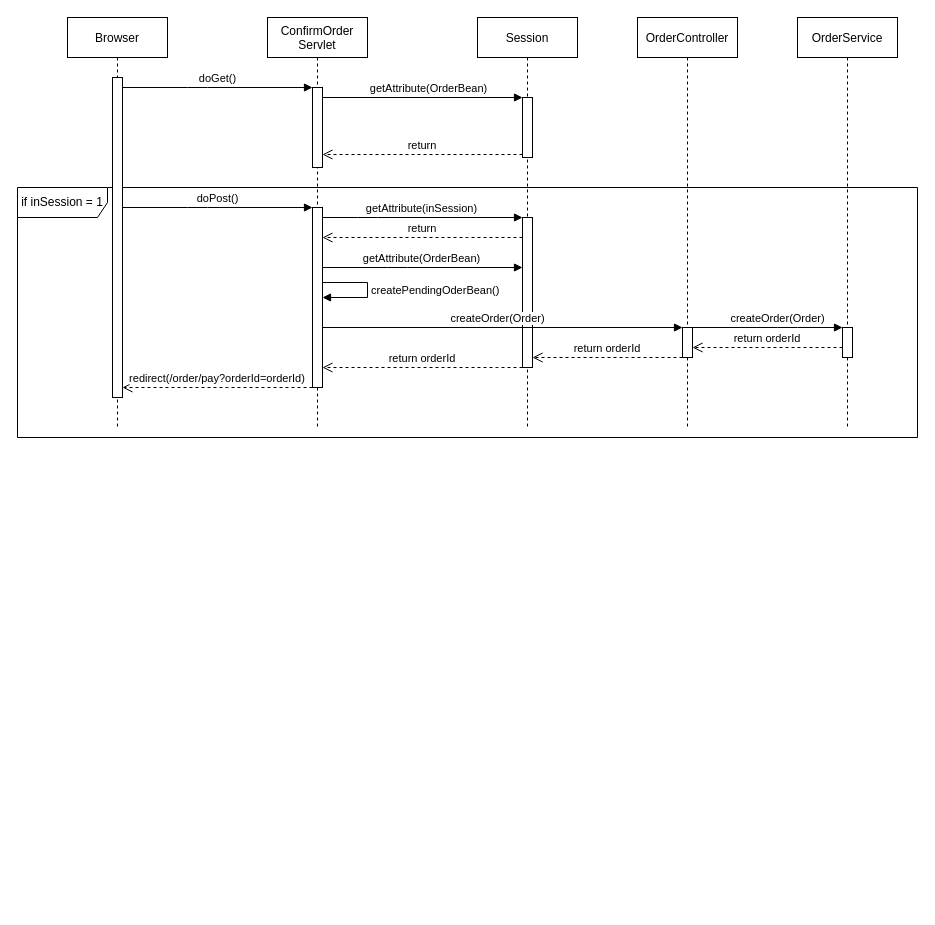
Before: page "ConfirmOrder" (3 of 4) of Diagrams/sequence_diagrams.drawio in matteovisotto/DB2-SirianiVisotto, a draw.io diagram. Source tidied: cells renumbered, new cells numbered last; positions are measured from the earlier drawing's top-left corner, leaving out a move shared by most shapes. Both pictures are drawn from the tidied source at 100%, with x=0, y=0 at pixel (17, 17).
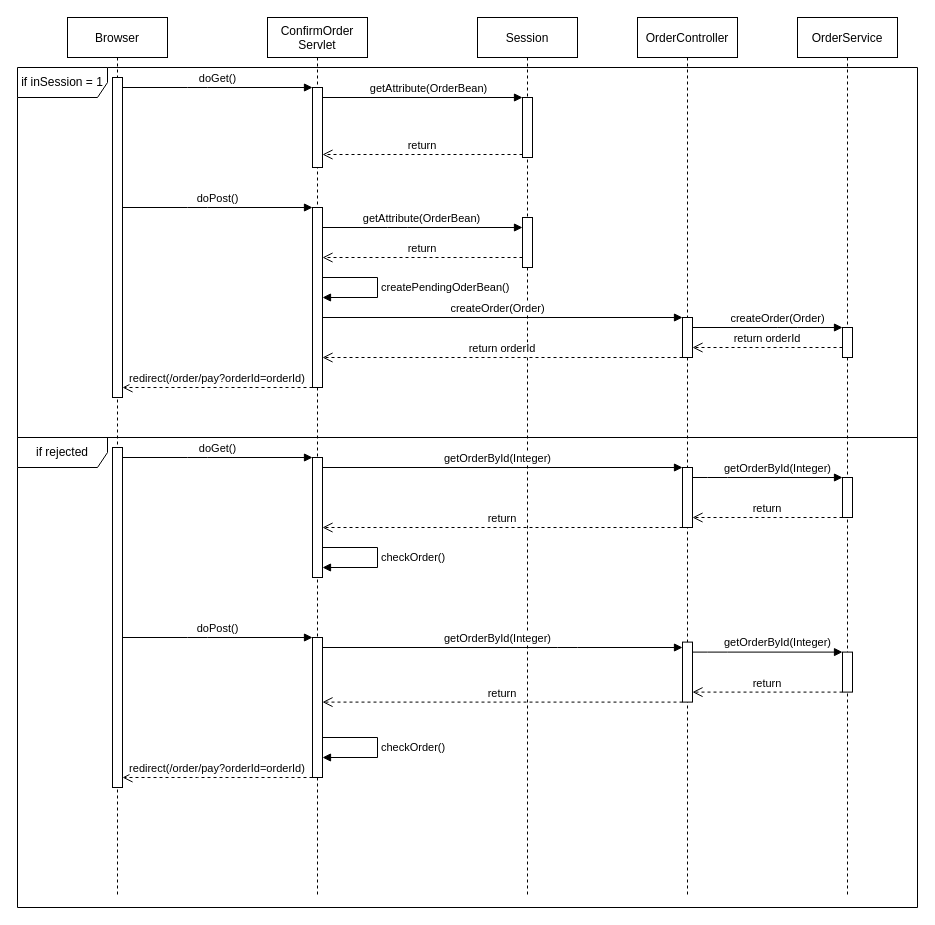
The same diagram, later.

Unchanged cells that the change refers to:
```xml
<mxCell id="5" style="points=[];perimeter=orthogonalPerimeter;rounded=0;shadow=0;strokeWidth=1;" parent="3" vertex="1">
  <mxGeometry x="45" y="190" width="10" height="180" as="geometry" />
</mxCell>
```

Change to the diagram source:
```diff
@@
+    <mxCell id="12" value="OrderService" style="shape=umlLifeline;perimeter=lifelinePerimeter;rounded=0;shadow=0;strokeWidth=1;" parent="1" vertex="1">
+      <mxGeometry x="780" width="100" height="880" as="geometry" />
+    </mxCell>
+    <mxCell id="13" style="points=[];perimeter=orthogonalPerimeter;rounded=0;shadow=0;strokeWidth=1;" parent="12" vertex="1">
+      <mxGeometry x="45" y="310" width="10" height="30" as="geometry" />
+    </mxCell>
+    <mxCell id="36" value="if rejected" style="shape=umlFrame;whiteSpace=wrap;html=1;width=90;height=30;" parent="1" vertex="1">
+      <mxGeometry y="420" width="900" height="470" as="geometry" />
+    </mxCell>
     <mxCell id="2" value="if inSession = 1" style="shape=umlFrame;whiteSpace=wrap;html=1;width=90;height=30;" parent="1" vertex="1">
-      <mxGeometry y="170" width="900" height="250" as="geometry" />
+      <mxGeometry y="50" width="900" height="370" as="geometry" />
     </mxCell>
     <mxCell id="3" value="ConfirmOrder&#10;Servlet" style="shape=umlLifeline;perimeter=lifelinePerimeter;rounded=0;shadow=0;strokeWidth=1;" parent="1" vertex="1">
-      <mxGeometry x="250" width="100" height="410" as="geometry" />
+      <mxGeometry x="250" width="100" height="880" as="geometry" />
     </mxCell>
@@
     <mxCell id="6" value="createPendingOderBean()" style="edgeStyle=orthogonalEdgeStyle;html=1;align=left;spacingLeft=2;endArrow=block;rounded=0;" parent="3" edge="1" source="5" target="5">
       <mxGeometry relative="1" as="geometry">
         <Array as="points">
-          <mxPoint x="100" y="265" />
-          <mxPoint x="100" y="280" />
+          <mxPoint x="110" y="260" />
+          <mxPoint x="110" y="280" />
         </Array>
       </mxGeometry>
     </mxCell>
     <mxCell id="7" value="OrderController" style="shape=umlLifeline;perimeter=lifelinePerimeter;rounded=0;shadow=0;strokeWidth=1;" parent="1" vertex="1">
-      <mxGeometry x="620" width="100" height="410" as="geometry" />
+      <mxGeometry x="620" width="100" height="880" as="geometry" />
     </mxCell>
     <mxCell id="8" style="points=[];perimeter=orthogonalPerimeter;rounded=0;shadow=0;strokeWidth=1;" parent="7" vertex="1">
-      <mxGeometry x="45" y="310" width="10" height="30" as="geometry" />
+      <mxGeometry x="45" y="300" width="10" height="40" as="geometry" />
     </mxCell>
+    <mxCell id="37" style="points=[];perimeter=orthogonalPerimeter;rounded=0;shadow=0;strokeWidth=1;" parent="7" vertex="1">
+      <mxGeometry x="45" y="624.6" width="10" height="60" as="geometry" />
+    </mxCell>
+    <mxCell id="38" style="points=[];perimeter=orthogonalPerimeter;rounded=0;shadow=0;strokeWidth=1;" parent="7" vertex="1">
+      <mxGeometry x="205" y="634.6" width="10" height="40" as="geometry" />
+    </mxCell>
+    <mxCell id="39" value="return" style="verticalAlign=bottom;endArrow=open;dashed=1;endSize=8;shadow=0;strokeWidth=1;" parent="7" edge="1" source="38" target="37">
+      <mxGeometry relative="1" as="geometry">
+        <Array as="points">
+          <mxPoint x="120" y="674.6" />
+        </Array>
+      </mxGeometry>
+    </mxCell>
+    <mxCell id="40" style="verticalAlign=bottom;endArrow=block;shadow=0;strokeWidth=1;" parent="7" edge="1" source="37" target="38">
+      <mxGeometry relative="1" as="geometry">
+        <Array as="points">
+          <mxPoint x="80" y="634.6" />
+        </Array>
+      </mxGeometry>
+    </mxCell>
+    <mxCell id="41" value="getOrderById(Integer)" style="edgeLabel;html=1;align=center;verticalAlign=middle;" parent="40" vertex="1">
+      <mxGeometry x="-0.14" y="3" relative="1" as="geometry">
+        <mxPoint x="19" y="-7" as="offset" />
+      </mxGeometry>
+    </mxCell>
@@
-    <mxCell id="12" value="OrderService" style="shape=umlLifeline;perimeter=lifelinePerimeter;rounded=0;shadow=0;strokeWidth=1;" parent="1" vertex="1">
-      <mxGeometry x="780" width="100" height="410" as="geometry" />
-    </mxCell>
-    <mxCell id="13" style="points=[];perimeter=orthogonalPerimeter;rounded=0;shadow=0;strokeWidth=1;" parent="12" vertex="1">
-      <mxGeometry x="45" y="310" width="10" height="30" as="geometry" />
-    </mxCell>
     <mxCell id="14" value="Browser" style="shape=umlLifeline;perimeter=lifelinePerimeter;rounded=0;shadow=0;strokeWidth=1;" parent="1" vertex="1">
-      <mxGeometry x="50" width="100" height="410" as="geometry" />
+      <mxGeometry x="50" width="100" height="880" as="geometry" />
     </mxCell>
@@
     <mxCell id="20" value="Session" style="shape=umlLifeline;perimeter=lifelinePerimeter;rounded=0;shadow=0;strokeWidth=1;" parent="1" vertex="1">
-      <mxGeometry x="460" width="100" height="410" as="geometry" />
+      <mxGeometry x="460" width="100" height="880" as="geometry" />
     </mxCell>
     <mxCell id="21" style="points=[];perimeter=orthogonalPerimeter;rounded=0;shadow=0;strokeWidth=1;" parent="20" vertex="1">
-      <mxGeometry x="45" y="200" width="10" height="150" as="geometry" />
+      <mxGeometry x="45" y="200" width="10" height="50" as="geometry" />
     </mxCell>
@@
-    <mxCell id="23" style="verticalAlign=bottom;endArrow=block;shadow=0;strokeWidth=1;" parent="1" edge="1" source="5" target="21">
-      <mxGeometry relative="1" as="geometry">
-        <Array as="points">
-          <mxPoint x="350" y="200" />
-        </Array>
-      </mxGeometry>
-    </mxCell>
-    <mxCell id="24" value="getAttribute(inSession)" style="edgeLabel;html=1;align=center;verticalAlign=middle;" parent="23" vertex="1">
-      <mxGeometry x="-0.14" y="3" relative="1" as="geometry">
-        <mxPoint x="12" y="-7" as="offset" />
-      </mxGeometry>
-    </mxCell>
-    <mxCell id="25" value="return" style="verticalAlign=bottom;endArrow=open;dashed=1;endSize=8;shadow=0;strokeWidth=1;" parent="1" edge="1" source="21" target="5">
-      <mxGeometry relative="1" as="geometry">
-        <Array as="points">
-          <mxPoint x="440" y="220" />
-        </Array>
-      </mxGeometry>
-    </mxCell>
@@
-    <mxCell id="27" style="verticalAlign=bottom;endArrow=block;shadow=0;strokeWidth=1;" parent="1" edge="1" source="5" target="21">
+    <mxCell id="27" style="verticalAlign=bottom;endArrow=block;shadow=0;strokeWidth=1;" parent="1" edge="1">
       <mxGeometry relative="1" as="geometry">
+        <mxPoint x="305" y="210" as="sourcePoint" />
+        <mxPoint x="505" y="210" as="targetPoint" />
         <Array as="points">
-          <mxPoint x="380" y="250" />
+          <mxPoint x="380" y="210" />
         </Array>
       </mxGeometry>
     </mxCell>
@@
-    <mxCell id="29" value="return orderId" style="verticalAlign=bottom;endArrow=open;dashed=1;endSize=8;shadow=0;strokeWidth=1;" parent="1" edge="1" source="21" target="5">
-      <mxGeometry relative="1" as="geometry">
-        <Array as="points">
-          <mxPoint x="470" y="350" />
-        </Array>
-      </mxGeometry>
-    </mxCell>
@@
-    <mxCell id="32" value="return orderId" style="verticalAlign=bottom;endArrow=open;dashed=1;endSize=8;shadow=0;strokeWidth=1;" parent="1" edge="1" source="8" target="21">
+    <mxCell id="32" value="return orderId" style="verticalAlign=bottom;endArrow=open;dashed=1;endSize=8;shadow=0;strokeWidth=1;" parent="1" edge="1" source="8" target="5">
       <mxGeometry relative="1" as="geometry">
         <Array as="points">
           <mxPoint x="600" y="340" />
         </Array>
       </mxGeometry>
     </mxCell>
@@
+    <mxCell id="42" value="return" style="verticalAlign=bottom;endArrow=open;dashed=1;endSize=8;shadow=0;strokeWidth=1;" parent="1" edge="1" source="21" target="5">
+      <mxGeometry relative="1" as="geometry">
+        <Array as="points">
+          <mxPoint x="440" y="240" />
+        </Array>
+      </mxGeometry>
+    </mxCell>
+    <mxCell id="43" style="points=[];perimeter=orthogonalPerimeter;rounded=0;shadow=0;strokeWidth=1;" parent="1" vertex="1">
+      <mxGeometry x="95" y="430" width="10" height="340" as="geometry" />
+    </mxCell>
+    <mxCell id="44" style="points=[];perimeter=orthogonalPerimeter;rounded=0;shadow=0;strokeWidth=1;" parent="1" vertex="1">
+      <mxGeometry x="295" y="440" width="10" height="120" as="geometry" />
+    </mxCell>
+    <mxCell id="45" value="return" style="verticalAlign=bottom;endArrow=open;dashed=1;endSize=8;shadow=0;strokeWidth=1;" parent="1" edge="1" source="50" target="44">
+      <mxGeometry relative="1" as="geometry">
+        <Array as="points">
+          <mxPoint x="430" y="510" />
+        </Array>
+      </mxGeometry>
+    </mxCell>
+    <mxCell id="46" style="verticalAlign=bottom;endArrow=block;shadow=0;strokeWidth=1;" parent="1" edge="1" target="44">
+      <mxGeometry relative="1" as="geometry">
+        <mxPoint x="105" y="440" as="sourcePoint" />
+        <Array as="points">
+          <mxPoint x="180" y="440" />
+        </Array>
+      </mxGeometry>
+    </mxCell>
+    <mxCell id="47" value="doGet()" style="edgeLabel;html=1;align=center;verticalAlign=middle;" parent="46" vertex="1">
+      <mxGeometry x="-0.14" y="3" relative="1" as="geometry">
+        <mxPoint x="12" y="-7" as="offset" />
+      </mxGeometry>
+    </mxCell>
+    <mxCell id="48" style="verticalAlign=bottom;endArrow=block;shadow=0;strokeWidth=1;" parent="1" edge="1" target="50">
+      <mxGeometry relative="1" as="geometry">
+        <mxPoint x="305" y="450" as="sourcePoint" />
+      </mxGeometry>
+    </mxCell>
+    <mxCell id="49" value="getOrderById(Integer)" style="edgeLabel;html=1;align=center;verticalAlign=middle;" parent="48" vertex="1">
+      <mxGeometry x="-0.14" y="3" relative="1" as="geometry">
+        <mxPoint x="19" y="-7" as="offset" />
+      </mxGeometry>
+    </mxCell>
+    <mxCell id="50" style="points=[];perimeter=orthogonalPerimeter;rounded=0;shadow=0;strokeWidth=1;" parent="1" vertex="1">
+      <mxGeometry x="665" y="450" width="10" height="60" as="geometry" />
+    </mxCell>
+    <mxCell id="51" style="points=[];perimeter=orthogonalPerimeter;rounded=0;shadow=0;strokeWidth=1;" parent="1" vertex="1">
+      <mxGeometry x="825" y="460" width="10" height="40" as="geometry" />
+    </mxCell>
+    <mxCell id="52" value="return" style="verticalAlign=bottom;endArrow=open;dashed=1;endSize=8;shadow=0;strokeWidth=1;" parent="1" edge="1" source="51" target="50">
+      <mxGeometry relative="1" as="geometry">
+        <Array as="points">
+          <mxPoint x="740" y="500" />
+        </Array>
+      </mxGeometry>
+    </mxCell>
+    <mxCell id="53" style="verticalAlign=bottom;endArrow=block;shadow=0;strokeWidth=1;" parent="1" edge="1" source="50" target="51">
+      <mxGeometry relative="1" as="geometry">
+        <Array as="points">
+          <mxPoint x="700" y="460" />
+        </Array>
+      </mxGeometry>
+    </mxCell>
+    <mxCell id="54" value="getOrderById(Integer)" style="edgeLabel;html=1;align=center;verticalAlign=middle;" parent="53" vertex="1">
+      <mxGeometry x="-0.14" y="3" relative="1" as="geometry">
+        <mxPoint x="19" y="-7" as="offset" />
+      </mxGeometry>
+    </mxCell>
+    <mxCell id="55" style="points=[];perimeter=orthogonalPerimeter;rounded=0;shadow=0;strokeWidth=1;" parent="1" vertex="1">
+      <mxGeometry x="295" y="620" width="10" height="140" as="geometry" />
+    </mxCell>
+    <mxCell id="56" value="checkOrder()" style="edgeStyle=orthogonalEdgeStyle;html=1;align=left;spacingLeft=2;endArrow=block;rounded=0;" parent="1" edge="1" source="55" target="55">
+      <mxGeometry relative="1" as="geometry">
+        <Array as="points">
+          <mxPoint x="360" y="720" />
+          <mxPoint x="360" y="740" />
+        </Array>
+      </mxGeometry>
+    </mxCell>
+    <mxCell id="57" style="verticalAlign=bottom;endArrow=block;shadow=0;strokeWidth=1;" parent="1" edge="1" target="55">
+      <mxGeometry relative="1" as="geometry">
+        <mxPoint x="105" y="620" as="sourcePoint" />
+        <Array as="points">
+          <mxPoint x="180" y="620" />
+        </Array>
+      </mxGeometry>
+    </mxCell>
+    <mxCell id="58" value="doPost()" style="edgeLabel;html=1;align=center;verticalAlign=middle;" parent="57" vertex="1">
+      <mxGeometry x="-0.14" y="3" relative="1" as="geometry">
+        <mxPoint x="12" y="-7" as="offset" />
+      </mxGeometry>
+    </mxCell>
+    <mxCell id="59" value="redirect(/order/pay?orderId=orderId)" style="verticalAlign=bottom;endArrow=open;dashed=1;endSize=8;shadow=0;strokeWidth=1;" parent="1" edge="1" source="55" target="43">
+      <mxGeometry relative="1" as="geometry">
+        <Array as="points">
+          <mxPoint x="190" y="760" />
+        </Array>
+      </mxGeometry>
+    </mxCell>
+    <mxCell id="60" value="checkOrder()" style="edgeStyle=orthogonalEdgeStyle;html=1;align=left;spacingLeft=2;endArrow=block;rounded=0;" parent="1" edge="1" source="44" target="44">
+      <mxGeometry relative="1" as="geometry">
+        <Array as="points">
+          <mxPoint x="360" y="530" />
+          <mxPoint x="360" y="550" />
+        </Array>
+      </mxGeometry>
+    </mxCell>
+    <mxCell id="61" style="verticalAlign=bottom;endArrow=block;shadow=0;strokeWidth=1;" parent="1" edge="1" source="55" target="37">
+      <mxGeometry relative="1" as="geometry">
+        <Array as="points">
+          <mxPoint x="550" y="630" />
+        </Array>
+      </mxGeometry>
+    </mxCell>
+    <mxCell id="62" value="getOrderById(Integer)" style="edgeLabel;html=1;align=center;verticalAlign=middle;" parent="61" vertex="1">
+      <mxGeometry x="-0.14" y="3" relative="1" as="geometry">
+        <mxPoint x="19" y="-7" as="offset" />
+      </mxGeometry>
+    </mxCell>
+    <mxCell id="63" value="return" style="verticalAlign=bottom;endArrow=open;dashed=1;endSize=8;shadow=0;strokeWidth=1;" parent="1" edge="1" source="37" target="55">
+      <mxGeometry relative="1" as="geometry">
+        <Array as="points">
+          <mxPoint x="430" y="684.6" />
+        </Array>
+      </mxGeometry>
+    </mxCell>
```
